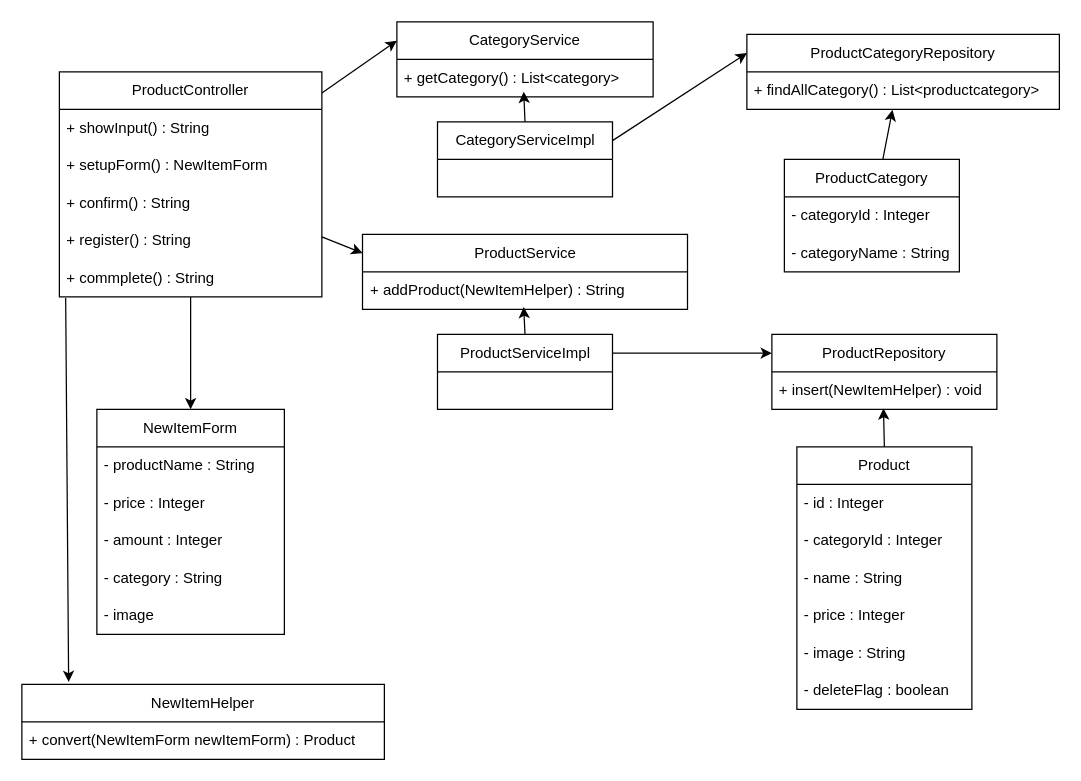
Above: plan/uml/class/dio/UC010.dio in NstecEmp-024/team-dev-spring-boot-ec (draw.io), before the change. Source tidied: cells renumbered, new cells numbered last; positions are measured from the earlier drawing's top-left corner, leaving out a move shared by most shapes. Both pictures are drawn from the tidied source at 125%, with x=0, y=0 at pixel (21, 21).
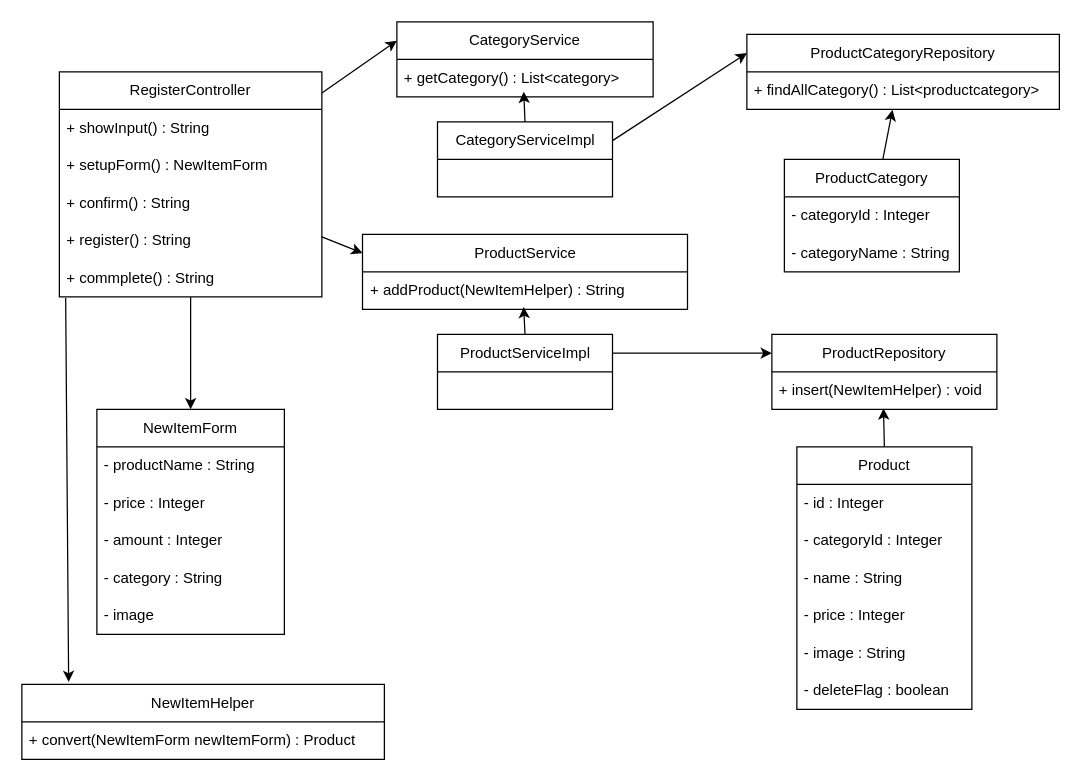
Above is the later version.

Commit message:
UC010のクラス図のコントローラーの名前をRegisterControllerに変更

What changed in the source:
```diff
@@
-    <mxCell id="4" value="ProductController" style="swimlane;fontStyle=0;horizontal=1;startSize=30;whiteSpace=wrap;html=1;" parent="1" vertex="1">
+    <mxCell id="4" value="&lt;span style=&quot;color: rgb(0, 0, 0);&quot;&gt;Register&lt;/span&gt;Controller" style="swimlane;fontStyle=0;horizontal=1;startSize=30;whiteSpace=wrap;html=1;" parent="1" vertex="1">
       <mxGeometry x="30" y="40" width="210" height="180" as="geometry" />
     </mxCell>
```
